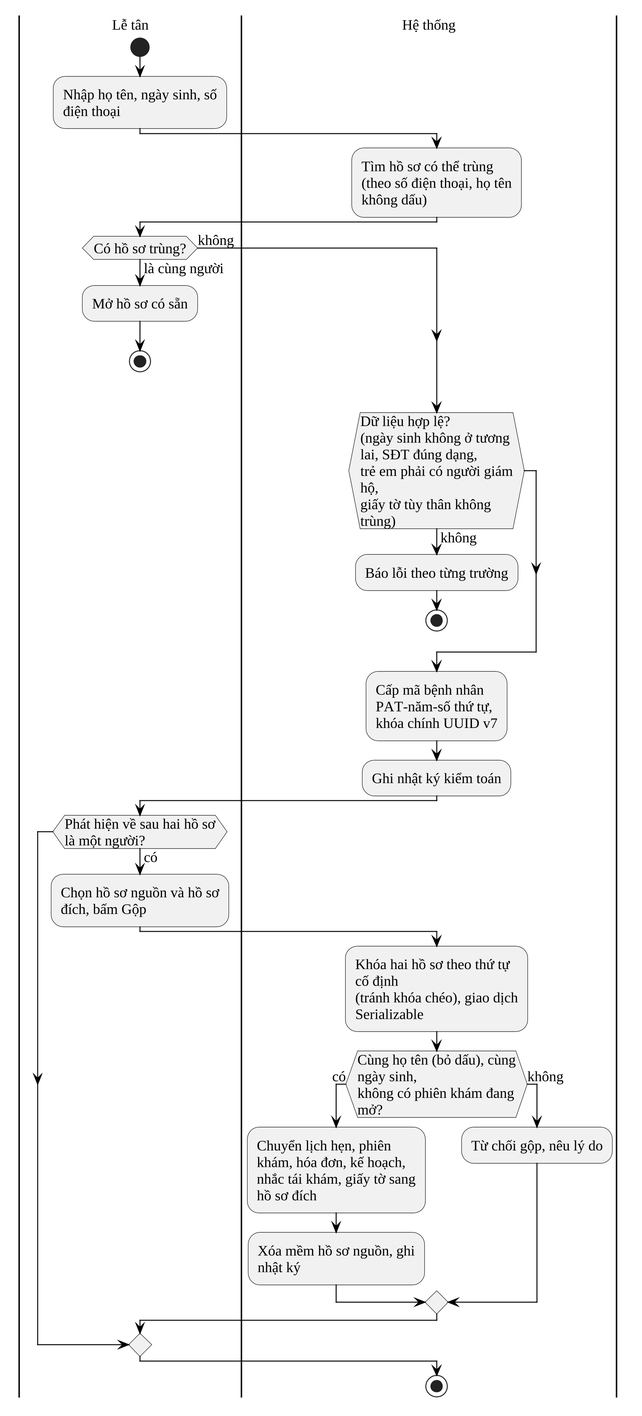
The PlantUML diagram docs/10_Thesis/bao-cao/hinh/3-24-hoat-dong-ho-so-benh-nhan.png in Trantuan0310/dental-clinic-nestjs-react, before a commit.
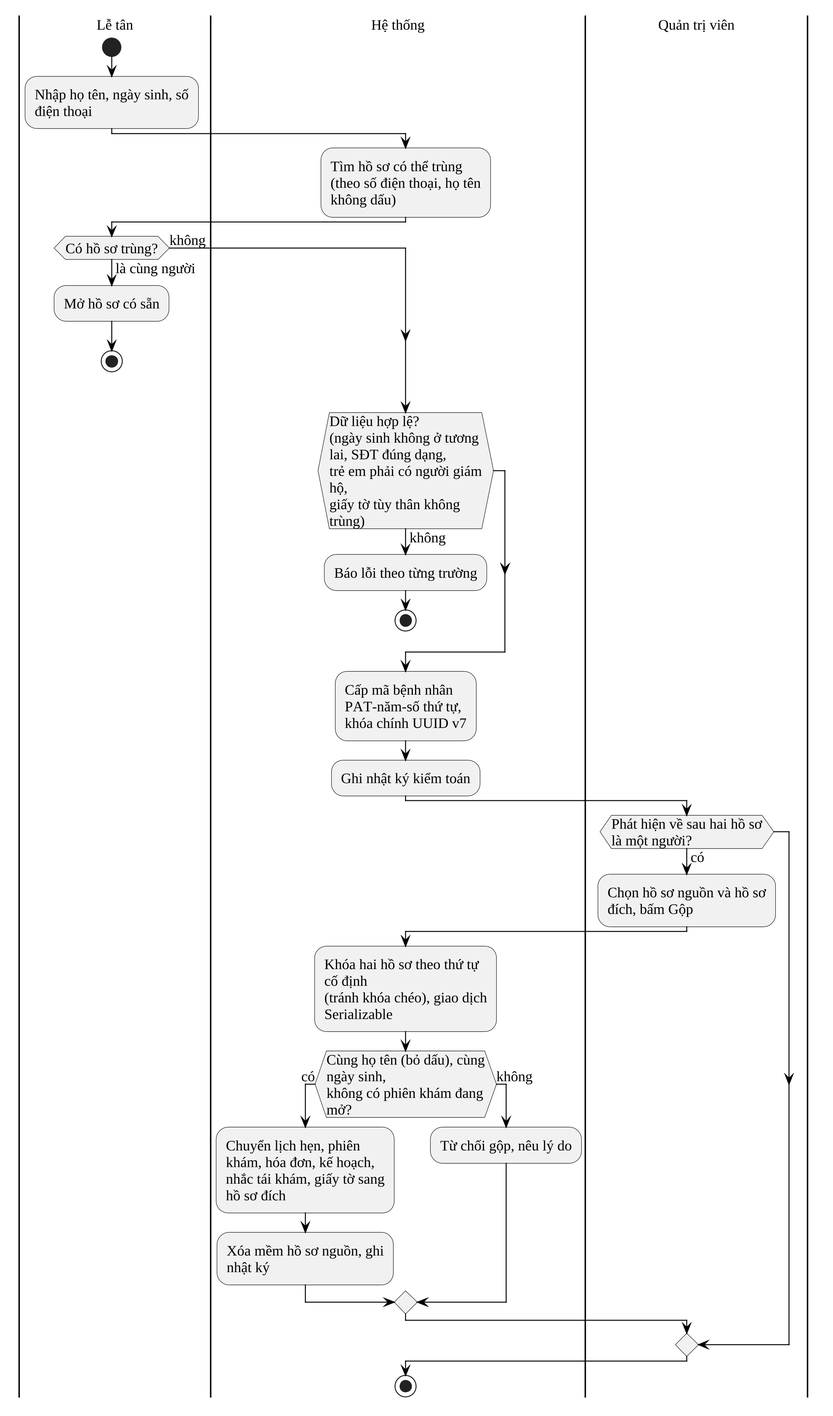
The same file after the commit.

Commit message:
docs(thesis): gộp hồ sơ là use case của quản trị viên theo đúng phân quyền

The edit, as a diff of the source:
```diff
@@ -18,7 +18,7 @@
 endif
 :Cấp mã bệnh nhân PAT-năm-số thứ tự,\nkhóa chính UUID v7;
 :Ghi nhật ký kiểm toán;
-|Lễ tân|
+|Quản trị viên|
 if (Phát hiện về sau hai hồ sơ là một người?) then (có)
   :Chọn hồ sơ nguồn và hồ sơ đích, bấm Gộp;
   |Hệ thống|
```
